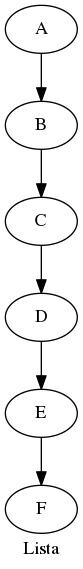
loconluis/Practica2s12017_201114279 keeps this Graphviz diagram as Grafos/lista.dot.png. Above is the earlier version. Its source is kept beside it as Grafos/lista.dot.
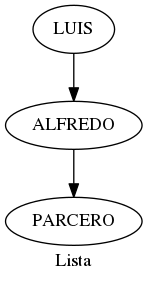
Above is the later version.

The edit, as a diff of the source:
```diff
@@ -1,8 +1,5 @@
 digraph { label = "Lista"
 
-	A->B
-	B->C
-	C->D
-	D->E
-	E->F
+	LUIS->ALFREDO
+	ALFREDO->PARCERO
 }
```
